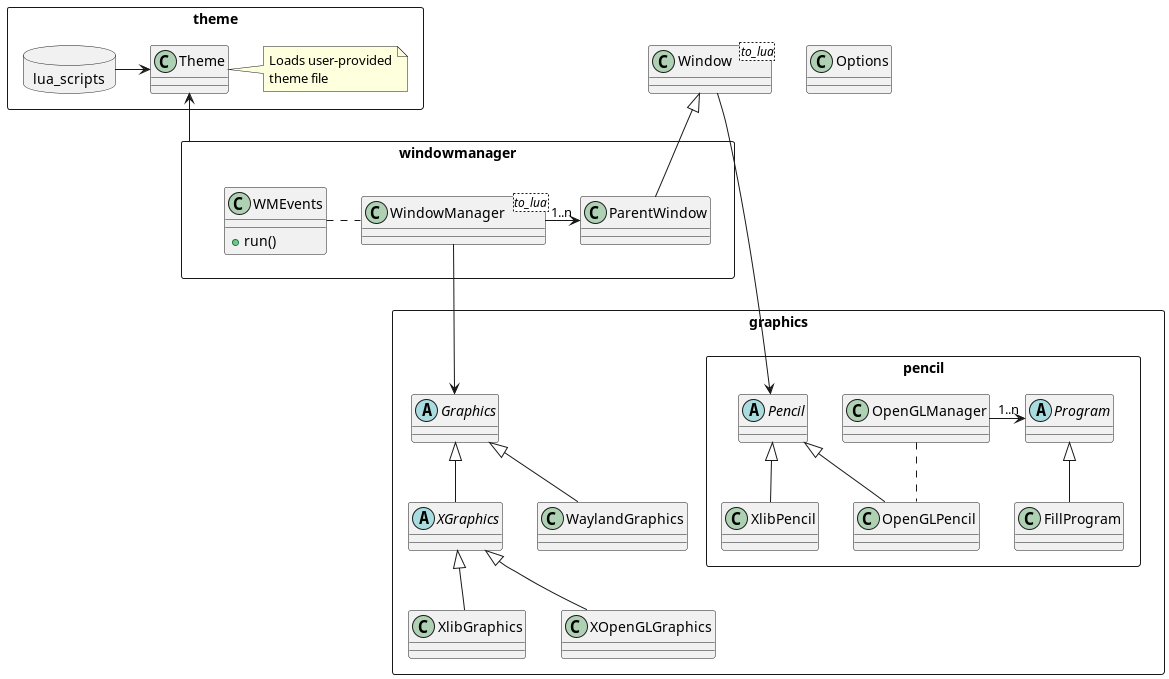
This is doc/classes.png from andrenho/customwm, a PlantUML export, as it was before one commit.
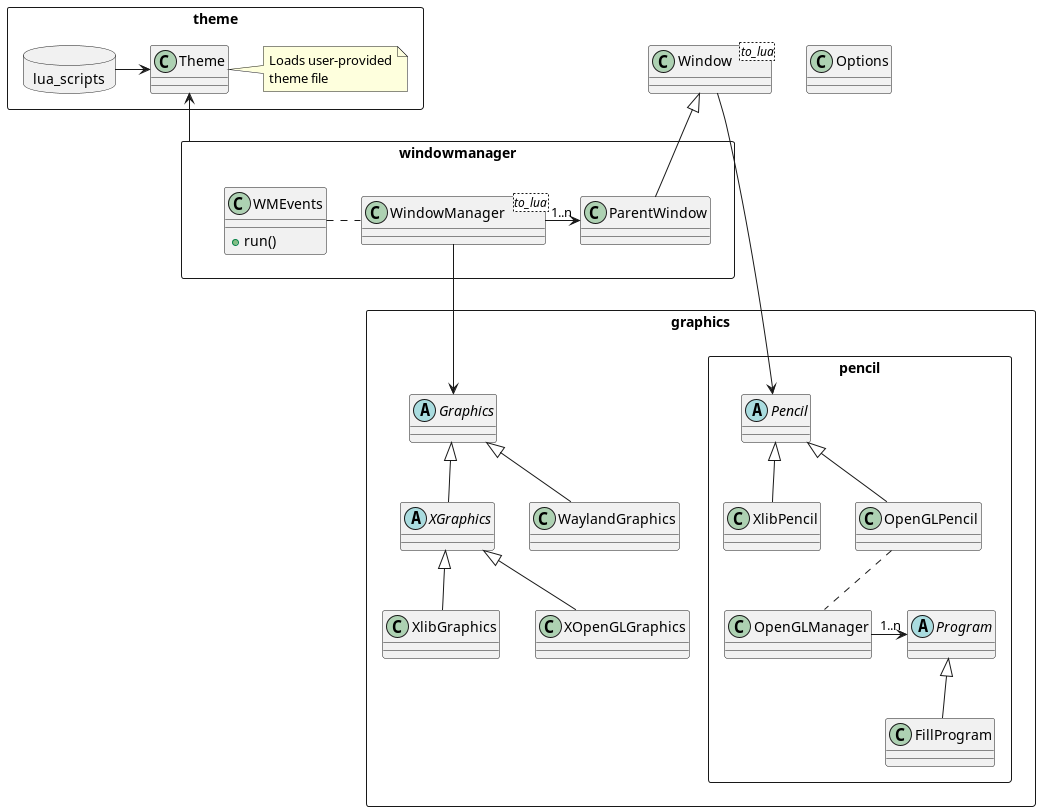
The same diagram one commit later.

What changed in the source:
```diff
@@ -42,7 +42,7 @@
         Pencil <|-- XlibPencil
         Pencil <|-- OpenGLPencil
 
-        OpenGLPencil .up. OpenGLManager
+        OpenGLPencil .. OpenGLManager
 
         OpenGLManager -> "1..n" Program
 
```
